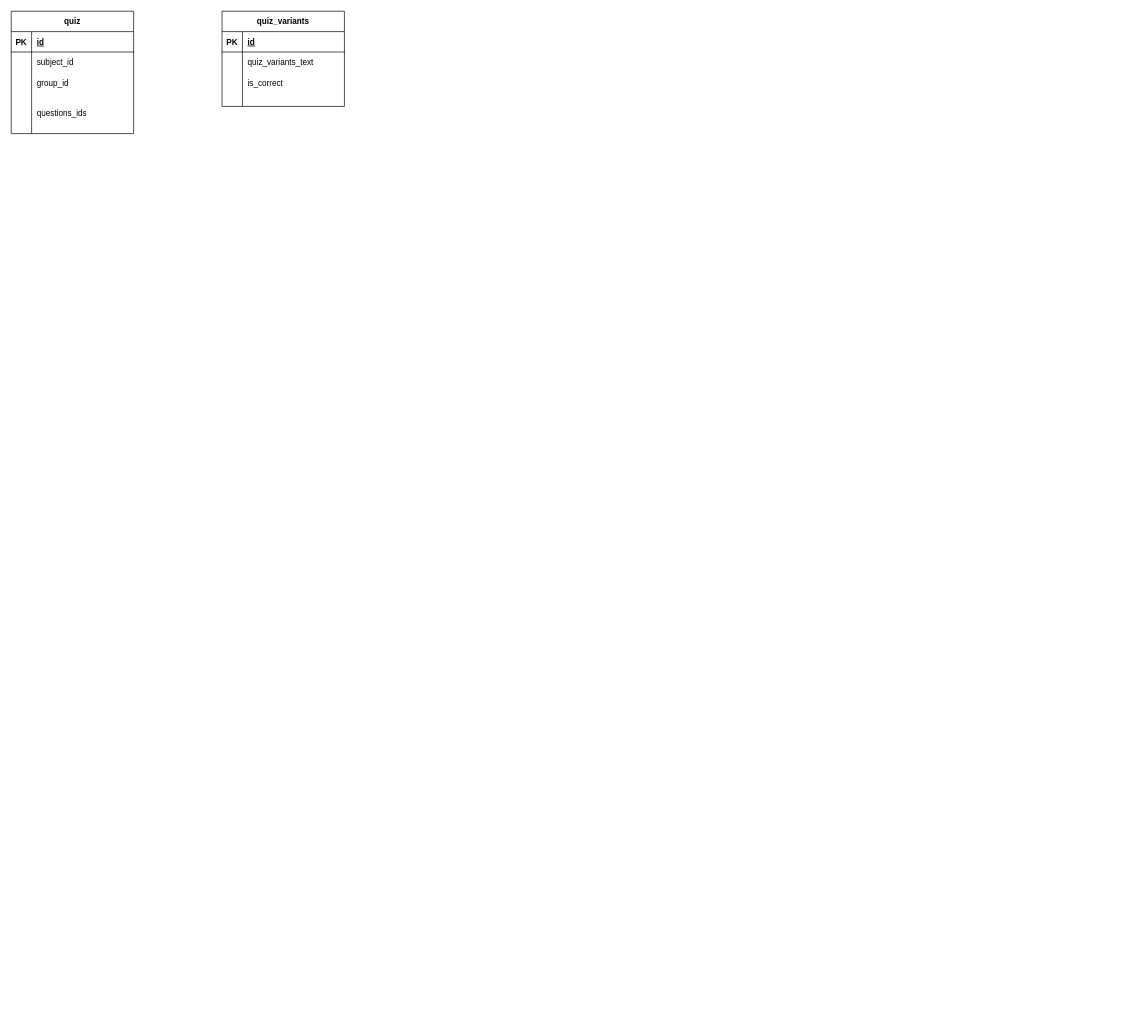
student-archive/backend keeps this draw.io diagram as Untitled Diagram.drawio. Above is the earlier version. Source tidied: cells renumbered, new cells numbered last; positions are measured from the earlier drawing's top-left corner, leaving out a move shared by most shapes. Both pictures are drawn from the tidied source at 68%, with x=0, y=0 at pixel (11, 11).
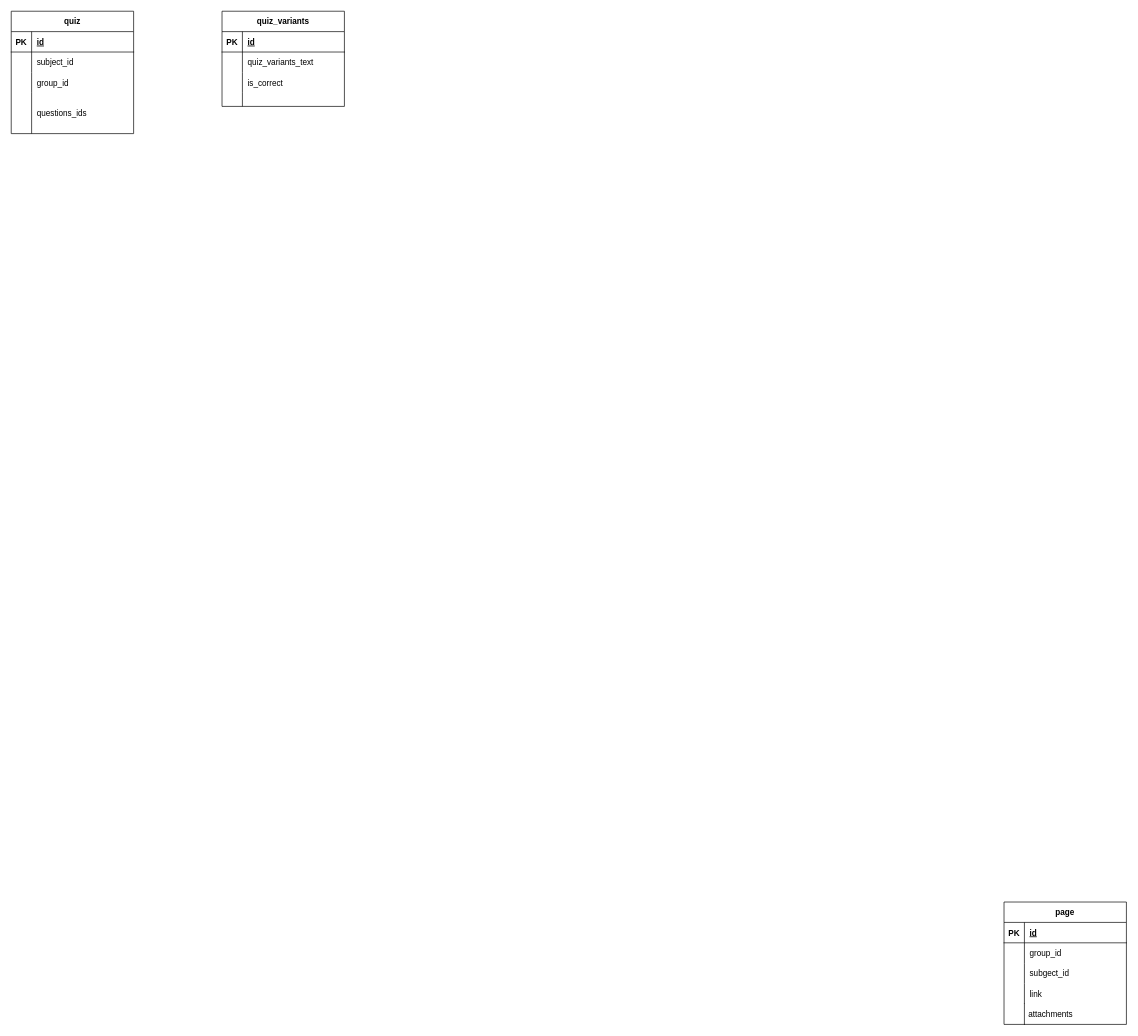
The same diagram, later.

Commit message (it also covers changes not shown here):
feat(databases): add some tables

Diff of the diagram source:
```diff
@@
+    <mxCell id="28" value="page" style="shape=table;startSize=30;childLayout=tableLayout;rowLines=0;fontStyle=1;align=center;" parent="1" vertex="1">
+      <mxGeometry x="1460" y="1310" width="180" height="180" as="geometry" />
+    </mxCell>
+    <mxCell id="29" style="shape=tableRow;horizontal=0;startSize=0;swimlaneHead=0;swimlaneBody=0;fillColor=none;top=0;left=0;right=0;bottom=1;" parent="28" vertex="1">
+      <mxGeometry y="30" width="180" height="30" as="geometry" />
+    </mxCell>
+    <mxCell id="30" value="PK" style="shape=partialRectangle;fillColor=none;top=0;left=0;bottom=0;right=0;fontStyle=1;overflow=hidden;" parent="29" vertex="1">
+      <mxGeometry width="30" height="30" as="geometry" />
+    </mxCell>
+    <mxCell id="31" value="id" style="shape=partialRectangle;fillColor=none;top=0;left=0;bottom=0;right=0;align=left;spacingLeft=6;fontStyle=5;overflow=hidden;" parent="29" vertex="1">
+      <mxGeometry x="30" width="150" height="30" as="geometry" />
+    </mxCell>
+    <mxCell id="32" style="shape=tableRow;horizontal=0;startSize=0;swimlaneHead=0;swimlaneBody=0;fillColor=none;top=0;left=0;right=0;bottom=0;" parent="28" vertex="1">
+      <mxGeometry y="60" width="180" height="30" as="geometry" />
+    </mxCell>
+    <mxCell id="33" style="shape=partialRectangle;fillColor=none;top=0;left=0;bottom=0;right=0;overflow=hidden;" parent="32" vertex="1">
+      <mxGeometry width="30" height="30" as="geometry" />
+    </mxCell>
+    <mxCell id="34" value="group_id" style="shape=partialRectangle;fillColor=none;top=0;left=0;bottom=0;right=0;align=left;spacingLeft=6;overflow=hidden;" parent="32" vertex="1">
+      <mxGeometry x="30" width="150" height="30" as="geometry" />
+    </mxCell>
+    <mxCell id="35" style="shape=tableRow;horizontal=0;startSize=0;swimlaneHead=0;swimlaneBody=0;fillColor=none;top=0;left=0;right=0;bottom=0;" parent="28" vertex="1">
+      <mxGeometry y="90" width="180" height="30" as="geometry" />
+    </mxCell>
+    <mxCell id="36" style="shape=partialRectangle;fillColor=none;top=0;left=0;bottom=0;right=0;overflow=hidden;" parent="35" vertex="1">
+      <mxGeometry width="30" height="30" as="geometry" />
+    </mxCell>
+    <mxCell id="37" value="subgect_id" style="shape=partialRectangle;fillColor=none;top=0;left=0;bottom=0;right=0;align=left;spacingLeft=6;overflow=hidden;" parent="35" vertex="1">
+      <mxGeometry x="30" width="150" height="30" as="geometry" />
+    </mxCell>
+    <mxCell id="38" style="shape=tableRow;horizontal=0;startSize=0;swimlaneHead=0;swimlaneBody=0;fillColor=none;top=0;left=0;right=0;bottom=0;" parent="28" vertex="1">
+      <mxGeometry y="120" width="180" height="30" as="geometry" />
+    </mxCell>
+    <mxCell id="39" style="shape=partialRectangle;fillColor=none;top=0;left=0;bottom=0;right=0;overflow=hidden;" parent="38" vertex="1">
+      <mxGeometry width="30" height="30" as="geometry" />
+    </mxCell>
+    <mxCell id="40" value="link" style="shape=partialRectangle;fillColor=none;top=0;left=0;bottom=0;right=0;align=left;spacingLeft=6;overflow=hidden;" parent="38" vertex="1">
+      <mxGeometry x="30" width="150" height="30" as="geometry" />
+    </mxCell>
@@
+    <mxCell id="41" value="attachments" style="shape=partialRectangle;fillColor=none;align=left;verticalAlign=middle;strokeColor=none;spacingLeft=34;" parent="1" vertex="1">
+      <mxGeometry x="1460" y="1460" width="90" height="30" as="geometry" />
+    </mxCell>
+    <mxCell id="42" style="shape=partialRectangle;top=0;left=0;bottom=0;fillColor=none;stokeWidth=1;align=left;verticalAlign=middle;spacingLeft=4;spacingRight=4;overflow=hidden;" parent="41" vertex="1">
+      <mxGeometry width="30" height="30" as="geometry" />
+    </mxCell>
```
